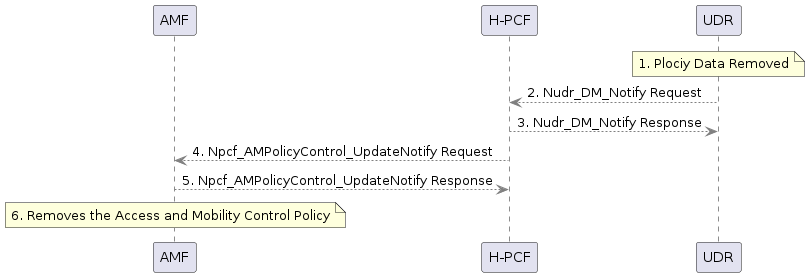
Before: 5G_UMLs/Procedures/SM Policy Association Establishment.png, a diagram exported from PlantUML (tariromukute/5gc-features). The source it was exported from:
```plantuml
@startuml SM Policy Association Establishment


!$DEFAULT_COLOR = "#gray"

participant AMF as AMF
participant "H-PCF" as HPCF
participant UDR as UDR

!$Nudr_DM_Notify ?= $DEFAULT_COLOR
!$Npcf_AMPolicyControl_UpdateNotify ?= $DEFAULT_COLOR

note over UDR
    1. Plociy Data Removed
end note
UDR -[$Nudr_DM_Notify]-> HPCF : 2. Nudr_DM_Notify Request
UDR <-[$Nudr_DM_Notify]- HPCF : 3. Nudr_DM_Notify Response
HPCF -[$Npcf_AMPolicyControl_UpdateNotify]-> AMF : 4. Npcf_AMPolicyControl_UpdateNotify Request
HPCF <-[$Npcf_AMPolicyControl_UpdateNotify]- AMF : 5. Npcf_AMPolicyControl_UpdateNotify Response
note over AMF
    6. Removes the Access and Mobility Control Policy
end note
@enduml
```
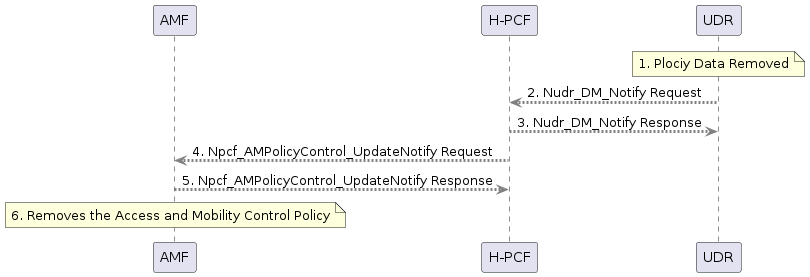
Later version of the same file.

Change to the diagram source:
```diff
@@ -1,14 +1,16 @@
 @startuml SM Policy Association Establishment
 
+!include /home/common.puml
+!$Nudr_DM = %load_json("/home/vars/Nudr_DM.json")
+!$Npcf_AMPolicyControl = %load_json("/home/vars/Npcf_AMPolicyControl.json")
 
-!$DEFAULT_COLOR = "#gray"
 
 participant AMF as AMF
 participant "H-PCF" as HPCF
 participant UDR as UDR
 
-!$Nudr_DM_Notify ?= $DEFAULT_COLOR
-!$Npcf_AMPolicyControl_UpdateNotify ?= $DEFAULT_COLOR
+!$Nudr_DM_Notify ?= $color($Nudr_DM.Nudr_DM_Notify)
+!$Npcf_AMPolicyControl_UpdateNotify ?= $color($Npcf_AMPolicyControl.Npcf_AMPolicyControl_UpdateNotify)
 
 note over UDR
     1. Plociy Data Removed
```
